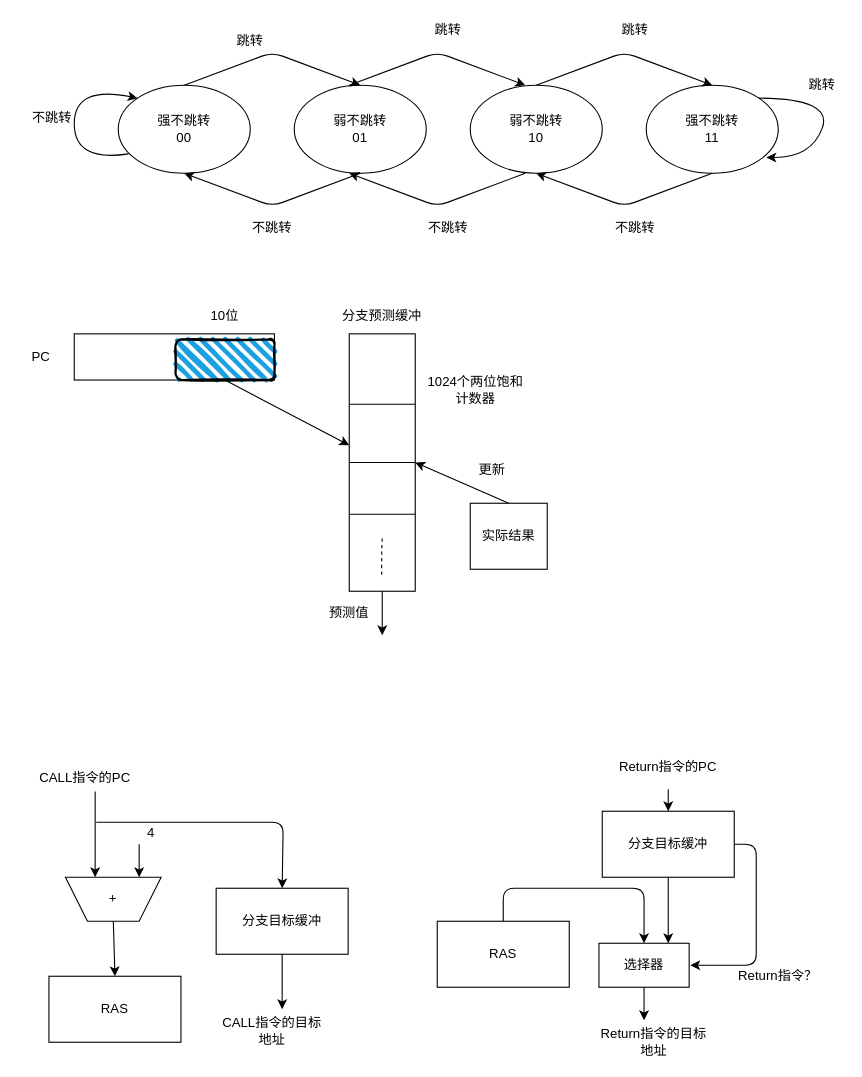
Before: predict1.drawio in Ziyue-Zhang/thesis-picture, a draw.io diagram. Source tidied: cells renumbered, new cells numbered last; positions are measured from the earlier drawing's top-left corner, leaving out a move shared by most shapes. Both pictures are drawn from the tidied source at 110%, with x=0, y=0 at pixel (19, 19).
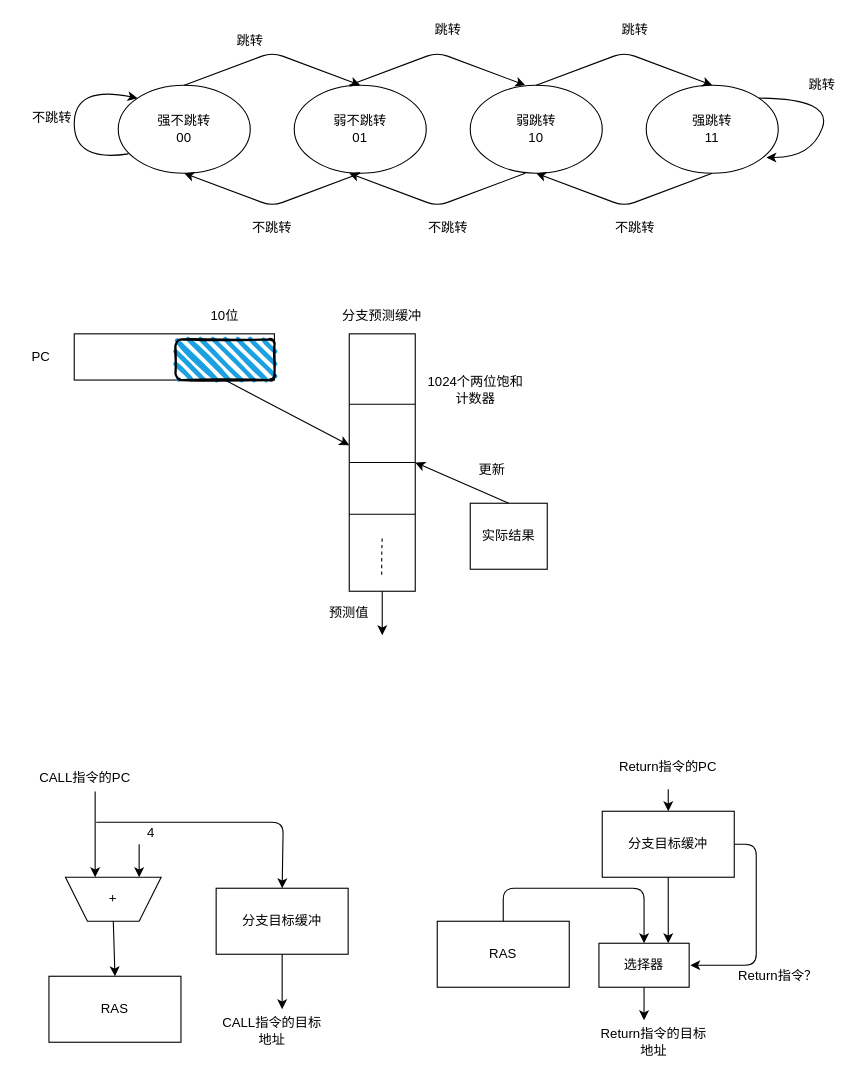
The same diagram, later.

What changed in the source:
```diff
@@
-    <mxCell id="4" value="弱不跳转&lt;br&gt;10" style="ellipse;whiteSpace=wrap;html=1;" parent="1" vertex="1">
+    <mxCell id="4" value="弱跳转&lt;br&gt;10" style="ellipse;whiteSpace=wrap;html=1;" parent="1" vertex="1">
       <mxGeometry x="410" y="60" width="120" height="80" as="geometry" />
     </mxCell>
-    <mxCell id="5" value="强不跳转&lt;br&gt;11" style="ellipse;whiteSpace=wrap;html=1;" parent="1" vertex="1">
+    <mxCell id="5" value="强跳转&lt;br&gt;11" style="ellipse;whiteSpace=wrap;html=1;" parent="1" vertex="1">
       <mxGeometry x="570" y="60" width="120" height="80" as="geometry" />
     </mxCell>
```
